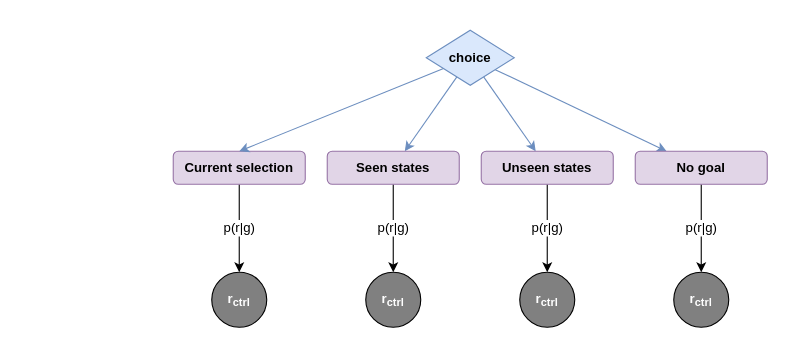
This is page "goal-selection" (4 of 10) of files/Autonomous-monitoring-and-control.drawio from malcolmlett/malcolmlett.github.io, a draw.io file, before an edit. Source tidied: cells renumbered, new cells numbered last; positions are measured from the earlier drawing's top-left corner, leaving out a move shared by most shapes. Both pictures are drawn from the tidied source at 110%, with x=0, y=0 at pixel (173, 30).
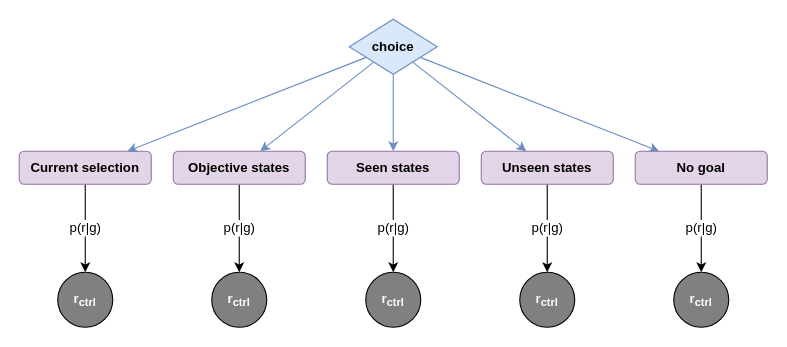
The same diagram, later.

Commit message (it also covers changes not shown here):
Adding controller objective

Diff of the diagram source:
```diff
@@
+    <mxCell id="19" style="edgeStyle=none;rounded=0;jettySize=auto;html=1;fontSize=12;strokeColor=#6c8ebf;fillColor=#dae8fc;" parent="1" edge="1" source="5" target="21">
+      <mxGeometry relative="1" as="geometry" />
+    </mxCell>
     <mxCell id="5" value="choice" style="rhombus;whiteSpace=wrap;html=1;fillColor=#dae8fc;fontSize=12;align=center;fontStyle=1;strokeColor=#6c8ebf;" parent="1" vertex="1">
-      <mxGeometry x="230" width="80" height="50" as="geometry" />
+      <mxGeometry x="160" y="-10" width="80" height="50" as="geometry" />
     </mxCell>
@@
     <mxCell id="13" value="Current selection" style="rounded=1;whiteSpace=wrap;html=1;fillColor=#e1d5e7;fontSize=12;align=center;fontStyle=1;strokeColor=#9673a6;" parent="1" vertex="1">
-      <mxGeometry y="110" width="120" height="30" as="geometry" />
+      <mxGeometry x="-140" y="110" width="120" height="30" as="geometry" />
     </mxCell>
-    <mxCell id="14" style="edgeStyle=none;rounded=0;jettySize=auto;html=1;fontSize=12;entryX=0.5;entryY=0;entryDx=0;entryDy=0;fillColor=#dae8fc;strokeColor=#6c8ebf;" parent="1" edge="1" source="5" target="13">
+    <mxCell id="14" style="edgeStyle=none;rounded=0;jettySize=auto;html=1;fontSize=12;fillColor=#dae8fc;strokeColor=#6c8ebf;" parent="1" edge="1" source="5" target="13">
       <mxGeometry relative="1" as="geometry" />
     </mxCell>
     <mxCell id="15" value="r&lt;sub&gt;ctrl&lt;/sub&gt;" style="ellipse;whiteSpace=wrap;html=1;fontStyle=1;fontSize=12;fillColor=#808080;fontColor=#FFFFFF;" parent="1" vertex="1">
-      <mxGeometry x="35" y="220" width="50" height="50" as="geometry" />
+      <mxGeometry x="-105" y="220" width="50" height="50" as="geometry" />
     </mxCell>
@@
+    <mxCell id="20" value="p(r|g)" style="edgeStyle=none;rounded=0;jettySize=auto;html=1;fontSize=12;" parent="1" edge="1" source="21" target="22">
+      <mxGeometry relative="1" as="geometry" />
+    </mxCell>
+    <mxCell id="21" value="Objective states" style="rounded=1;whiteSpace=wrap;html=1;fillColor=#e1d5e7;fontSize=12;align=center;fontStyle=1;strokeColor=#9673a6;" parent="1" vertex="1">
+      <mxGeometry y="110" width="120" height="30" as="geometry" />
+    </mxCell>
+    <mxCell id="22" value="r&lt;sub&gt;ctrl&lt;/sub&gt;" style="ellipse;whiteSpace=wrap;html=1;fontStyle=1;fontSize=12;fillColor=#808080;fontColor=#FFFFFF;" parent="1" vertex="1">
+      <mxGeometry x="35" y="220" width="50" height="50" as="geometry" />
+    </mxCell>
```
